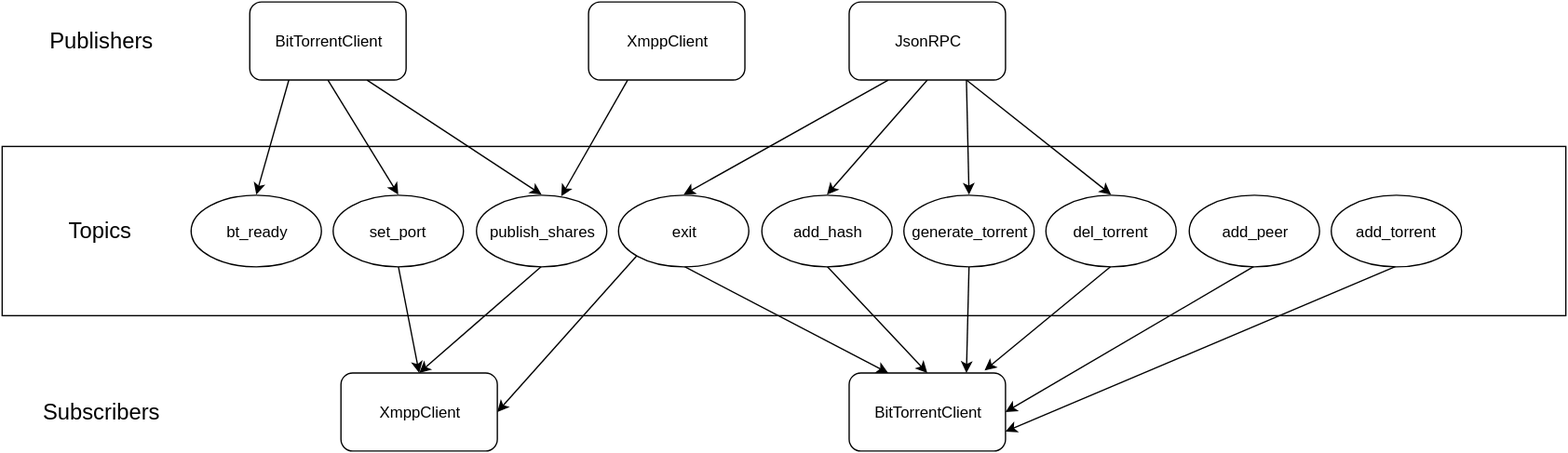
Earlier version of the draw.io export docs/08_anhang/resources/pubsub_overview.svg (puhoy/ba_thesis). Source tidied: cells renumbered, new cells last; positions are measured from the earlier drawing's top-left corner, leaving out a move shared by most shapes.
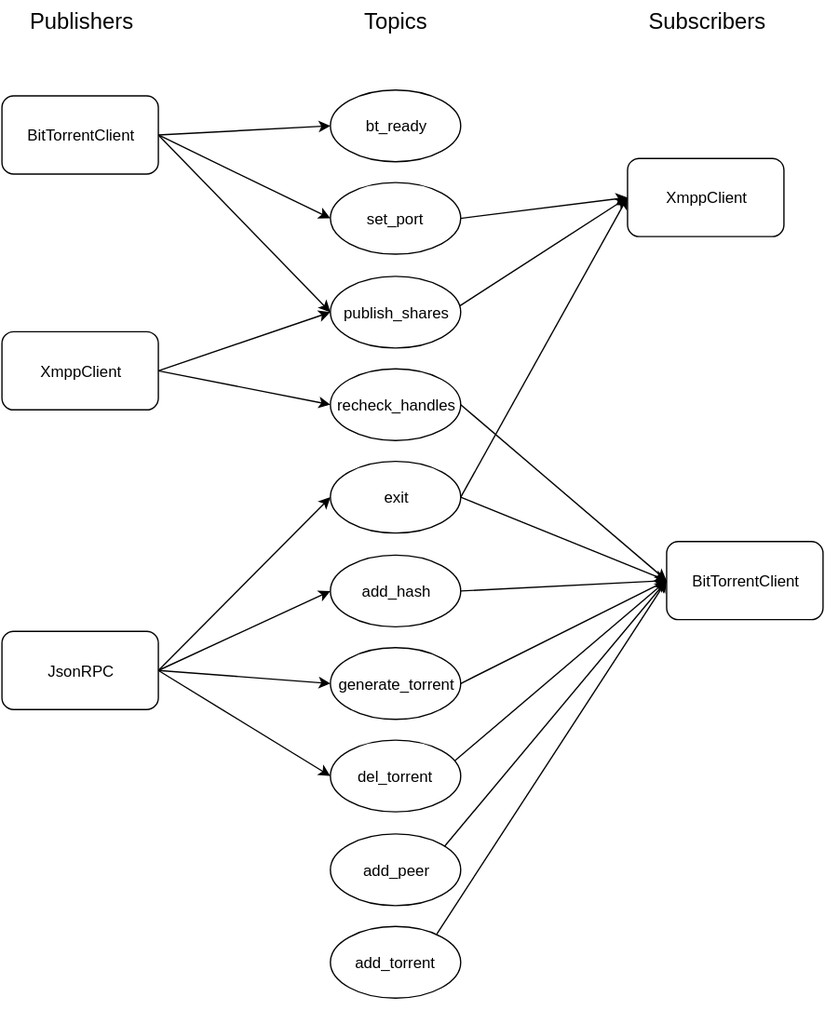
After the commit.

Commit message:
new topic overview

What changed in the source:
```diff
@@ -2,110 +2,116 @@
   <root>
     <mxCell id="0" />
     <mxCell id="1" parent="0" />
-    <mxCell id="2" style="whiteSpace=wrap;html=1;" parent="1" vertex="1">
-      <mxGeometry y="111" width="1200" height="130" as="geometry" />
-    </mxCell>
     <mxCell id="3" value="&lt;font style=&quot;font-size: 17px&quot;&gt;Publishers&lt;/font&gt;" style="text;html=1;strokeColor=none;fillColor=none;align=center;verticalAlign=middle;whiteSpace=wrap;overflow=hidden;" parent="1" vertex="1">
-      <mxGeometry x="20" y="15" width="110" height="30" as="geometry" />
+      <mxGeometry x="25" y="-12" width="110" height="30" as="geometry" />
     </mxCell>
-    <mxCell id="4" style="rounded=0;html=1;exitX=0.25;exitY=1;entryX=0.5;entryY=0;jettySize=auto;" parent="1" edge="1" source="7" target="8">
+    <mxCell id="4" style="rounded=0;html=1;exitX=1;exitY=0.5;jettySize=auto;entryX=0;entryY=0.5;" parent="1" edge="1" source="7" target="8">
       <mxGeometry relative="1" as="geometry" />
     </mxCell>
-    <mxCell id="5" style="edgeStyle=none;rounded=0;html=1;exitX=0.5;exitY=1;entryX=0.5;entryY=0;jettySize=auto;" parent="1" edge="1" source="7" target="12">
+    <mxCell id="5" style="edgeStyle=none;rounded=0;html=1;exitX=1;exitY=0.5;entryX=0;entryY=0.5;jettySize=auto;" parent="1" edge="1" source="7" target="12">
       <mxGeometry relative="1" as="geometry" />
     </mxCell>
-    <mxCell id="6" style="edgeStyle=none;rounded=0;html=1;exitX=0.75;exitY=1;entryX=0.5;entryY=0;jettySize=auto;" parent="1" edge="1" source="7" target="10">
+    <mxCell id="6" style="edgeStyle=none;rounded=0;html=1;exitX=1;exitY=0.5;entryX=0;entryY=0.5;jettySize=auto;" parent="1" edge="1" source="7" target="10">
       <mxGeometry relative="1" as="geometry" />
     </mxCell>
     <mxCell id="7" value="BitTorrentClient" style="rounded=1;whiteSpace=wrap;html=1;" parent="1" vertex="1">
-      <mxGeometry x="190" width="120" height="60" as="geometry" />
+      <mxGeometry x="20" y="60" width="120" height="60" as="geometry" />
     </mxCell>
     <mxCell id="8" value="bt_ready" style="ellipse;whiteSpace=wrap;html=1;" parent="1" vertex="1">
-      <mxGeometry x="145" y="148" width="100" height="55" as="geometry" />
+      <mxGeometry x="272" y="55" width="100" height="55" as="geometry" />
     </mxCell>
-    <mxCell id="9" style="rounded=0;html=1;exitX=0.5;exitY=1;entryX=0.5;entryY=0;jettySize=auto;" parent="1" edge="1" source="10" target="34">
+    <mxCell id="9" style="rounded=0;html=1;exitX=0.5;exitY=1;entryX=0;entryY=0.5;jettySize=auto;" parent="1" edge="1" source="10" target="34">
       <mxGeometry relative="1" as="geometry" />
     </mxCell>
     <mxCell id="10" value="publish_shares" style="ellipse;whiteSpace=wrap;html=1;" parent="1" vertex="1">
-      <mxGeometry x="364" y="148" width="100" height="55" as="geometry" />
+      <mxGeometry x="272" y="198" width="100" height="55" as="geometry" />
     </mxCell>
-    <mxCell id="11" style="edgeStyle=none;rounded=0;html=1;exitX=0.5;exitY=1;entryX=0.5;entryY=0;jettySize=auto;" parent="1" edge="1" source="12" target="34">
+    <mxCell id="11" style="edgeStyle=none;rounded=0;html=1;exitX=1;exitY=0.5;entryX=0;entryY=0.5;startArrow=none;startFill=0;endArrow=classic;endFill=1;jettySize=auto;strokeColor=#000000;" parent="1" edge="1" source="12" target="34">
       <mxGeometry relative="1" as="geometry" />
     </mxCell>
     <mxCell id="12" value="set_port" style="ellipse;whiteSpace=wrap;html=1;" parent="1" vertex="1">
-      <mxGeometry x="254" y="148" width="100" height="55" as="geometry" />
+      <mxGeometry x="272" y="126" width="100" height="55" as="geometry" />
     </mxCell>
-    <mxCell id="13" style="rounded=0;html=1;exitX=0.5;exitY=1;entryX=0.25;entryY=0;jettySize=auto;" parent="1" edge="1" source="15" target="16">
+    <mxCell id="13" style="rounded=0;html=1;exitX=1;exitY=0.5;jettySize=auto;entryX=0;entryY=0.5;" parent="1" edge="1" source="15" target="16">
       <mxGeometry relative="1" as="geometry" />
     </mxCell>
-    <mxCell id="14" style="rounded=0;html=1;exitX=0;exitY=1;entryX=1;entryY=0.5;jettySize=auto;" parent="1" edge="1" source="15" target="34">
+    <mxCell id="14" style="rounded=0;html=1;exitX=1;exitY=0.5;entryX=0;entryY=0.5;jettySize=auto;" parent="1" edge="1" source="15" target="34">
       <mxGeometry relative="1" as="geometry" />
     </mxCell>
-    <mxCell id="15" value="exit" style="ellipse;whiteSpace=wrap;html=1;" parent="1" vertex="1">
-      <mxGeometry x="473" y="148" width="100" height="55" as="geometry" />
-    </mxCell>
     <mxCell id="16" value="BitTorrentClient" style="rounded=1;whiteSpace=wrap;html=1;" parent="1" vertex="1">
-      <mxGeometry x="650" y="285" width="120" height="60" as="geometry" />
+      <mxGeometry x="530" y="402" width="120" height="60" as="geometry" />
     </mxCell>
-    <mxCell id="17" style="edgeStyle=none;rounded=0;html=1;exitX=0.5;exitY=1;entryX=1;entryY=0.5;jettySize=auto;" parent="1" edge="1" source="18" target="16">
+    <mxCell id="17" style="edgeStyle=none;rounded=0;html=1;exitX=0.5;exitY=1;entryX=0;entryY=0.5;jettySize=auto;" parent="1" edge="1" source="18" target="16">
       <mxGeometry relative="1" as="geometry" />
     </mxCell>
     <mxCell id="18" value="add_peer" style="ellipse;whiteSpace=wrap;html=1;" parent="1" vertex="1">
-      <mxGeometry x="911" y="148" width="100" height="55" as="geometry" />
+      <mxGeometry x="272" y="626" width="100" height="55" as="geometry" />
     </mxCell>
-    <mxCell id="19" style="edgeStyle=none;rounded=0;html=1;exitX=0.5;exitY=1;entryX=0.5;entryY=0;jettySize=auto;" parent="1" edge="1" source="20" target="16">
+    <mxCell id="19" style="edgeStyle=none;rounded=0;html=1;exitX=1;exitY=0.5;entryX=0;entryY=0.5;jettySize=auto;" parent="1" edge="1" source="20" target="16">
       <mxGeometry relative="1" as="geometry" />
     </mxCell>
     <mxCell id="20" value="add_hash" style="ellipse;whiteSpace=wrap;html=1;" parent="1" vertex="1">
-      <mxGeometry x="583" y="148" width="100" height="55" as="geometry" />
+      <mxGeometry x="272" y="412" width="100" height="55" as="geometry" />
     </mxCell>
-    <mxCell id="21" style="edgeStyle=none;rounded=0;html=1;exitX=0.5;exitY=1;entryX=1;entryY=0.75;jettySize=auto;" parent="1" edge="1" source="22" target="16">
+    <mxCell id="21" style="edgeStyle=none;rounded=0;html=1;exitX=0.5;exitY=1;entryX=0;entryY=0.5;jettySize=auto;" parent="1" edge="1" source="22" target="16">
       <mxGeometry relative="1" as="geometry" />
     </mxCell>
     <mxCell id="22" value="add_torrent" style="ellipse;whiteSpace=wrap;html=1;" parent="1" vertex="1">
-      <mxGeometry x="1020" y="148" width="100" height="55" as="geometry" />
+      <mxGeometry x="272" y="697" width="100" height="55" as="geometry" />
     </mxCell>
-    <mxCell id="23" style="edgeStyle=none;rounded=0;html=1;exitX=0.5;exitY=1;entryX=0.75;entryY=0;jettySize=auto;" parent="1" edge="1" source="24" target="16">
+    <mxCell id="23" style="edgeStyle=none;rounded=0;html=1;exitX=1;exitY=0.5;entryX=0;entryY=0.5;jettySize=auto;" parent="1" edge="1" source="24" target="16">
       <mxGeometry relative="1" as="geometry" />
     </mxCell>
     <mxCell id="24" value="generate_torrent" style="ellipse;whiteSpace=wrap;html=1;" parent="1" vertex="1">
-      <mxGeometry x="692" y="148" width="100" height="55" as="geometry" />
+      <mxGeometry x="272" y="483" width="100" height="55" as="geometry" />
     </mxCell>
-    <mxCell id="25" style="edgeStyle=none;rounded=0;html=1;exitX=0.5;exitY=1;entryX=0.867;entryY=-0.033;entryPerimeter=0;jettySize=auto;" parent="1" edge="1" source="26" target="16">
+    <mxCell id="25" style="edgeStyle=none;rounded=0;html=1;exitX=0.5;exitY=1;jettySize=auto;entryX=0;entryY=0.5;" parent="1" edge="1" source="26" target="16">
       <mxGeometry relative="1" as="geometry" />
     </mxCell>
     <mxCell id="26" value="del_torrent" style="ellipse;whiteSpace=wrap;html=1;" parent="1" vertex="1">
-      <mxGeometry x="801" y="148" width="100" height="55" as="geometry" />
+      <mxGeometry x="272" y="554" width="100" height="55" as="geometry" />
     </mxCell>
-    <mxCell id="27" style="edgeStyle=none;rounded=0;html=1;exitX=0.25;exitY=1;entryX=0.5;entryY=0;jettySize=auto;" parent="1" edge="1" source="31" target="15">
+    <mxCell id="27" style="edgeStyle=none;rounded=0;html=1;exitX=1;exitY=0.5;jettySize=auto;entryX=0;entryY=0.5;" parent="1" edge="1" source="31" target="15">
       <mxGeometry relative="1" as="geometry" />
     </mxCell>
-    <mxCell id="28" style="edgeStyle=none;rounded=0;html=1;exitX=0.5;exitY=1;entryX=0.5;entryY=0;jettySize=auto;" parent="1" edge="1" source="31" target="20">
+    <mxCell id="28" style="edgeStyle=none;rounded=0;html=1;exitX=1;exitY=0.5;entryX=0;entryY=0.5;jettySize=auto;" parent="1" edge="1" source="31" target="20">
       <mxGeometry relative="1" as="geometry" />
     </mxCell>
+    <mxCell id="30" style="edgeStyle=none;rounded=0;html=1;exitX=1;exitY=0.5;entryX=0;entryY=0.5;jettySize=auto;" parent="1" edge="1" source="31" target="26">
+      <mxGeometry relative="1" as="geometry" />
+    </mxCell>
-    <mxCell id="29" style="edgeStyle=none;rounded=0;html=1;exitX=0.75;exitY=1;entryX=0.5;entryY=0;jettySize=auto;" parent="1" edge="1" source="31" target="24">
+    <mxCell id="29" style="edgeStyle=none;rounded=0;html=1;exitX=1;exitY=0.5;entryX=0;entryY=0.5;startArrow=none;startFill=0;endArrow=classic;endFill=1;jettySize=auto;strokeColor=#000000;" parent="1" edge="1" source="31" target="24">
       <mxGeometry relative="1" as="geometry" />
     </mxCell>
-    <mxCell id="30" style="edgeStyle=none;rounded=0;html=1;exitX=0.75;exitY=1;entryX=0.5;entryY=0;jettySize=auto;" parent="1" edge="1" source="31" target="26">
-      <mxGeometry relative="1" as="geometry" />
-    </mxCell>
     <mxCell id="31" value="JsonRPC" style="rounded=1;whiteSpace=wrap;html=1;" parent="1" vertex="1">
-      <mxGeometry x="650" width="120" height="60" as="geometry" />
+      <mxGeometry x="20" y="471" width="120" height="60" as="geometry" />
     </mxCell>
-    <mxCell id="32" style="rounded=0;html=1;exitX=0.25;exitY=1;jettySize=auto;" parent="1" edge="1" source="33" target="10">
+    <mxCell id="32" style="rounded=0;html=1;exitX=1;exitY=0.5;jettySize=auto;entryX=0;entryY=0.5;" parent="1" edge="1" source="33" target="10">
       <mxGeometry relative="1" as="geometry" />
     </mxCell>
+    <mxCell id="37" style="edgeStyle=none;rounded=0;html=1;exitX=1;exitY=0.5;entryX=0;entryY=0.5;startArrow=none;startFill=0;endArrow=classic;endFill=1;jettySize=auto;strokeColor=#000000;" parent="1" edge="1" source="33" target="39">
+      <mxGeometry relative="1" as="geometry" />
+    </mxCell>
     <mxCell id="33" value="XmppClient" style="rounded=1;whiteSpace=wrap;html=1;" parent="1" vertex="1">
-      <mxGeometry x="450" width="120" height="60" as="geometry" />
+      <mxGeometry x="20" y="241" width="120" height="60" as="geometry" />
     </mxCell>
     <mxCell id="34" value="XmppClient" style="rounded=1;whiteSpace=wrap;html=1;" parent="1" vertex="1">
-      <mxGeometry x="260" y="285" width="120" height="60" as="geometry" />
+      <mxGeometry x="500" y="108" width="120" height="60" as="geometry" />
     </mxCell>
     <mxCell id="35" value="&lt;font style=&quot;font-size: 17px&quot;&gt;Topics&lt;/font&gt;" style="text;html=1;strokeColor=none;fillColor=none;align=center;verticalAlign=middle;whiteSpace=wrap;overflow=hidden;" parent="1" vertex="1">
-      <mxGeometry x="20" y="161" width="110" height="30" as="geometry" />
+      <mxGeometry x="267" y="-12" width="110" height="30" as="geometry" />
     </mxCell>
     <mxCell id="36" value="&lt;font style=&quot;font-size: 17px&quot;&gt;Subscribers&lt;/font&gt;" style="text;html=1;strokeColor=none;fillColor=none;align=center;verticalAlign=middle;whiteSpace=wrap;overflow=hidden;" parent="1" vertex="1">
-      <mxGeometry x="20" y="300" width="110" height="30" as="geometry" />
+      <mxGeometry x="505" y="-12" width="110" height="30" as="geometry" />
     </mxCell>
+    <mxCell id="38" style="edgeStyle=none;rounded=0;html=1;exitX=1;exitY=0.5;startArrow=none;startFill=0;endArrow=classic;endFill=1;jettySize=auto;strokeColor=#000000;entryX=0;entryY=0.5;" parent="1" edge="1" source="39" target="16">
+      <mxGeometry relative="1" as="geometry" />
+    </mxCell>
+    <mxCell id="39" value="recheck_handles" style="ellipse;whiteSpace=wrap;html=1;" parent="1" vertex="1">
+      <mxGeometry x="272" y="269" width="100" height="55" as="geometry" />
+    </mxCell>
+    <mxCell id="15" value="exit" style="ellipse;whiteSpace=wrap;html=1;" parent="1" vertex="1">
+      <mxGeometry x="272" y="340" width="100" height="55" as="geometry" />
+    </mxCell>
   </root>
 </mxGraphModel>
```
